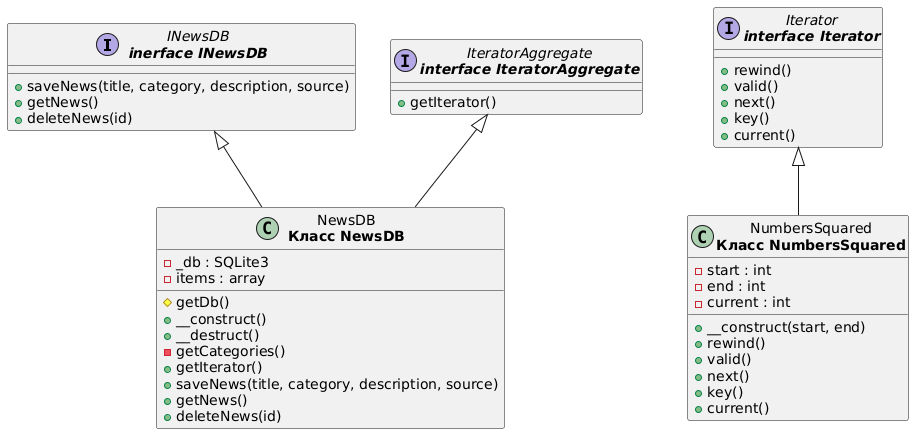
This is lab4/diagrams/news_diagram.png from xImDoctor/web-labs, a PlantUML export, as it was before one commit. Its diagram source:
```plantuml
@startuml
interface "INewsDB\n<b>inerface INewsDB</b>" as INewsDB {
    +saveNews(title, category, description, source)
    +getNews()
    +deleteNews(id)
  }

  interface "Iterator\n<b>interface Iterator</b>" as Iterator {
    +rewind()
    +valid()
    +next()
    +key()
    +current()
  }

  interface "IteratorAggregate\n<b>interface IteratorAggregate</b>" as IteratorAggregate {
    +getIterator()
  }

  class "NewsDB\n<b>Класс NewsDB</b>" as NewsDB {
    -_db : SQLite3
    -items : array
    #getDb()
    +__construct()
    +__destruct()
    -getCategories()
    +getIterator()
    +saveNews(title, category, description, source)
    +getNews()
    +deleteNews(id)
  }

  class "NumbersSquared\n<b>Класс NumbersSquared</b>" as NumbersSquared {
    -start : int
    -end : int
    -current : int
    +__construct(start, end)
    +rewind()
    +valid()
    +next()
    +key()
    +current()
  }

  INewsDB <|-- NewsDB
  IteratorAggregate <|-- NewsDB
  Iterator <|-- NumbersSquared
@enduml
```
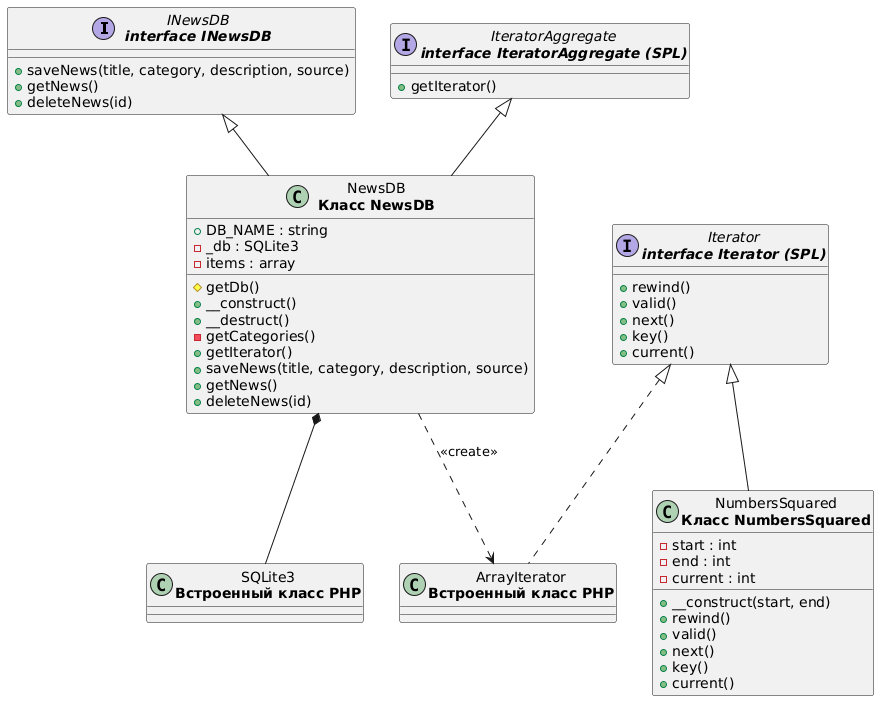
The same diagram one commit later.

Commit message:
Upd lab4 diagram

The edit, as a diff of the source:
```diff
@@ -1,11 +1,11 @@
 @startuml
-interface "INewsDB\n<b>inerface INewsDB</b>" as INewsDB {
+interface "INewsDB\n<b>interface INewsDB</b>" as INewsDB {
     +saveNews(title, category, description, source)
     +getNews()
     +deleteNews(id)
   }
 
-  interface "Iterator\n<b>interface Iterator</b>" as Iterator {
+  interface "Iterator\n<b>interface Iterator (SPL)</b>" as Iterator {
     +rewind()
     +valid()
     +next()
@@ -13,11 +13,12 @@
     +current()
   }
 
-  interface "IteratorAggregate\n<b>interface IteratorAggregate</b>" as IteratorAggregate {
+  interface "IteratorAggregate\n<b>interface IteratorAggregate (SPL)</b>" as IteratorAggregate {
     +getIterator()
   }
 
   class "NewsDB\n<b>Класс NewsDB</b>" as NewsDB {
+    +DB_NAME : string
     -_db : SQLite3
     -items : array
     #getDb()
@@ -42,7 +43,14 @@
     +current()
   }
 
+  class "SQLite3\n<b>Встроенный класс PHP</b>" as SQLite3
+
+  class "ArrayIterator\n<b>Встроенный класс PHP</b>" as ArrayIterator
+
   INewsDB <|-- NewsDB
   IteratorAggregate <|-- NewsDB
   Iterator <|-- NumbersSquared
+  Iterator <|.. ArrayIterator
+  NewsDB *-- SQLite3
+  NewsDB ..> ArrayIterator : <<create>>
 @enduml
```
